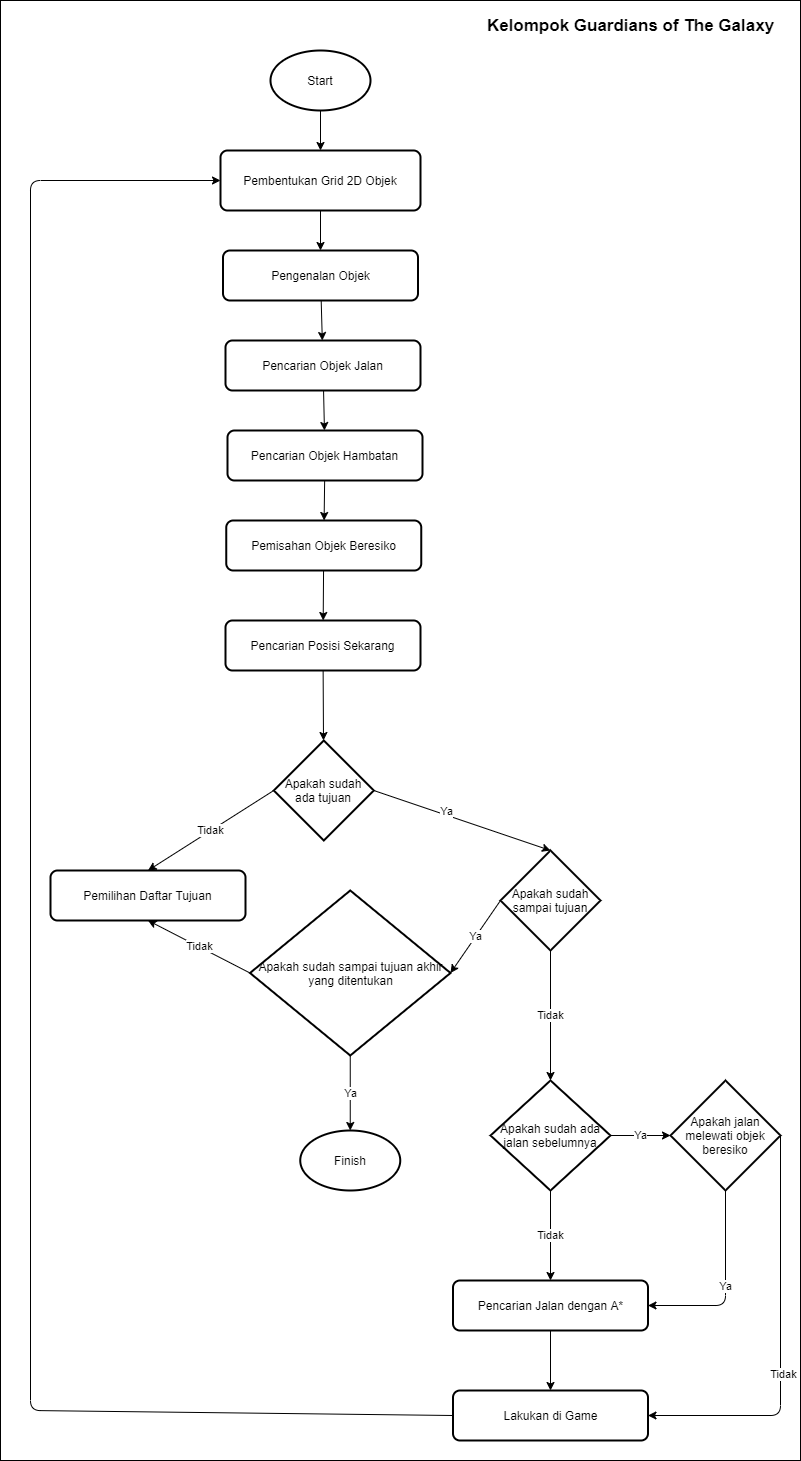
albertusangkuw/Cross-Road-Agent keeps this draw.io diagram as doc/AI.png. Above is the earlier version. Source tidied: cells renumbered, new cells last; positions are measured from the earlier drawing's top-left corner, leaving out a move shared by most shapes.
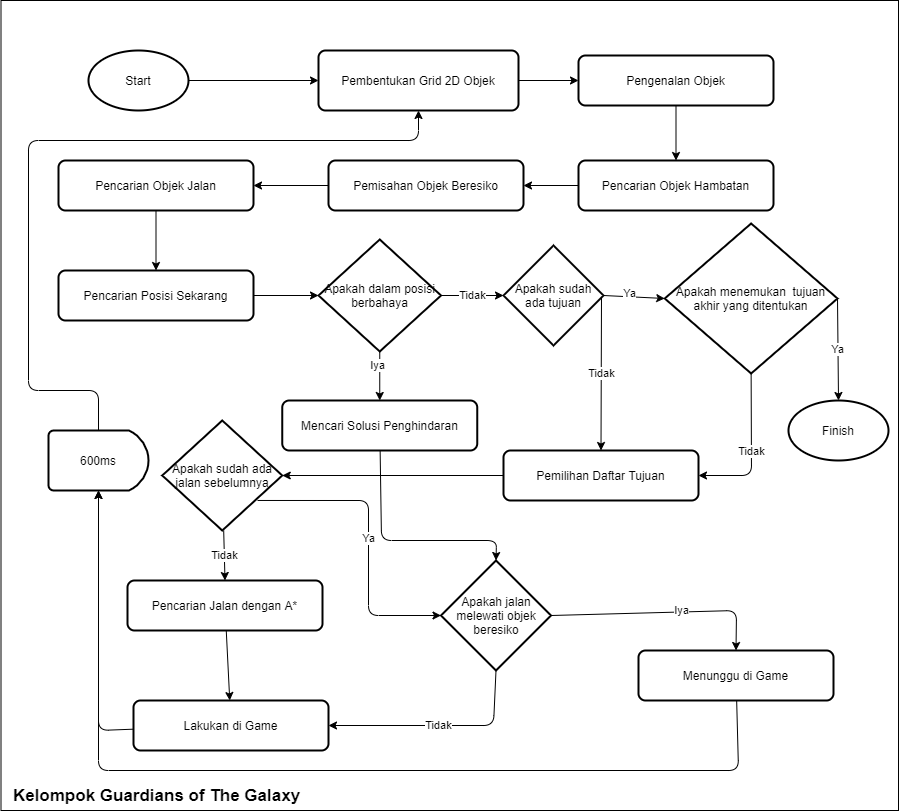
The same diagram one commit later.

The edit, as a diff of the source:
```diff
@@ -3,134 +3,185 @@
     <mxCell id="0" />
     <mxCell id="1" parent="0" />
     <mxCell id="2" style="rounded=0;whiteSpace=wrap;html=1;" parent="1" vertex="1">
-      <mxGeometry width="800" height="1460" as="geometry" />
+      <mxGeometry x="-887.5" y="-20" width="897.5" height="810" as="geometry" />
     </mxCell>
     <mxCell id="3" style="edgeStyle=none;html=1;" parent="1" edge="1" source="4" target="8">
       <mxGeometry relative="1" as="geometry" />
     </mxCell>
     <mxCell id="4" value="Start" style="strokeWidth=2;html=1;shape=mxgraph.flowchart.start_1;whiteSpace=wrap;" parent="1" vertex="1">
-      <mxGeometry x="270" y="50" width="100" height="60" as="geometry" />
+      <mxGeometry x="-800" y="30" width="100" height="60" as="geometry" />
     </mxCell>
-    <mxCell id="5" style="edgeStyle=none;html=1;" parent="1" edge="1" source="6" target="26">
-      <mxGeometry relative="1" as="geometry" />
-    </mxCell>
+    <mxCell id="41" style="edgeStyle=none;html=1;entryX=0.5;entryY=0;entryDx=0;entryDy=0;" parent="1" edge="1" source="6" target="20">
+      <mxGeometry relative="1" as="geometry" />
+    </mxCell>
     <mxCell id="6" value="Pengenalan Objek" style="rounded=1;whiteSpace=wrap;html=1;absoluteArcSize=1;arcSize=14;strokeWidth=2;" parent="1" vertex="1">
-      <mxGeometry x="222.5" y="250" width="195" height="50" as="geometry" />
+      <mxGeometry x="-310" y="35" width="195" height="50" as="geometry" />
     </mxCell>
     <mxCell id="7" style="edgeStyle=none;html=1;" parent="1" edge="1" source="8" target="6">
       <mxGeometry relative="1" as="geometry" />
     </mxCell>
     <mxCell id="8" value="Pembentukan Grid 2D Objek" style="rounded=1;whiteSpace=wrap;html=1;absoluteArcSize=1;arcSize=14;strokeWidth=2;" parent="1" vertex="1">
-      <mxGeometry x="220" y="150" width="200" height="60" as="geometry" />
+      <mxGeometry x="-570" y="30" width="200" height="60" as="geometry" />
     </mxCell>
+    <mxCell id="42" style="edgeStyle=none;html=1;exitX=0;exitY=0.5;exitDx=0;exitDy=0;entryX=1;entryY=0.5;entryDx=0;entryDy=0;entryPerimeter=0;" parent="1" edge="1" source="9" target="31">
+      <mxGeometry relative="1" as="geometry" />
+    </mxCell>
     <mxCell id="9" value="Pemilihan Daftar Tujuan" style="rounded=1;whiteSpace=wrap;html=1;absoluteArcSize=1;arcSize=14;strokeWidth=2;" parent="1" vertex="1">
-      <mxGeometry x="50" y="870" width="195" height="50" as="geometry" />
+      <mxGeometry x="-385" y="430" width="195" height="50" as="geometry" />
     </mxCell>
-    <mxCell id="10" style="edgeStyle=none;html=1;" parent="1" edge="1" source="11" target="15">
+    <mxCell id="10" style="edgeStyle=none;html=1;entryX=0;entryY=0.5;entryDx=0;entryDy=0;entryPerimeter=0;" parent="1" edge="1" source="11" target="53">
       <mxGeometry relative="1" as="geometry" />
     </mxCell>
     <mxCell id="11" value="Pencarian Posisi Sekarang" style="rounded=1;whiteSpace=wrap;html=1;absoluteArcSize=1;arcSize=14;strokeWidth=2;" parent="1" vertex="1">
-      <mxGeometry x="225" y="620" width="195" height="50" as="geometry" />
+      <mxGeometry x="-830" y="250" width="195" height="50" as="geometry" />
     </mxCell>
-    <mxCell id="12" value="Tidak" style="edgeStyle=none;html=1;exitX=0;exitY=0.5;exitDx=0;exitDy=0;exitPerimeter=0;entryX=0.5;entryY=0;entryDx=0;entryDy=0;" parent="1" edge="1" source="15" target="9">
-      <mxGeometry relative="1" as="geometry" />
+    <mxCell id="12" value="Tidak" style="edgeStyle=none;html=1;entryX=0.5;entryY=0;entryDx=0;entryDy=0;" parent="1" edge="1" target="9">
+      <mxGeometry relative="1" as="geometry">
+        <mxPoint x="-287" y="275" as="sourcePoint" />
+      </mxGeometry>
     </mxCell>
-    <mxCell id="13" style="edgeStyle=none;html=1;exitX=1;exitY=0.5;exitDx=0;exitDy=0;exitPerimeter=0;entryX=0.5;entryY=0;entryDx=0;entryDy=0;entryPerimeter=0;" parent="1" edge="1" source="15" target="18">
+    <mxCell id="13" style="edgeStyle=none;html=1;exitX=1;exitY=0.5;exitDx=0;exitDy=0;exitPerimeter=0;entryX=0;entryY=0.5;entryDx=0;entryDy=0;entryPerimeter=0;" parent="1" edge="1" source="15" target="39">
       <mxGeometry relative="1" as="geometry" />
     </mxCell>
     <mxCell id="14" value="Ya" style="edgeLabel;html=1;align=center;verticalAlign=middle;" parent="13" vertex="1">
       <mxGeometry x="-0.2" y="4" relative="1" as="geometry" />
     </mxCell>
     <mxCell id="15" value="Apakah sudah ada tujuan" style="strokeWidth=2;html=1;shape=mxgraph.flowchart.decision;whiteSpace=wrap;" parent="1" vertex="1">
-      <mxGeometry x="273.2" y="740" width="100" height="100" as="geometry" />
+      <mxGeometry x="-385" y="225" width="100" height="100" as="geometry" />
     </mxCell>
-    <mxCell id="16" value="Tidak" style="edgeStyle=none;html=1;" parent="1" edge="1" source="18" target="31">
-      <mxGeometry relative="1" as="geometry" />
-    </mxCell>
-    <mxCell id="17" value="Ya" style="edgeStyle=none;html=1;exitX=0;exitY=0.5;exitDx=0;exitDy=0;exitPerimeter=0;entryX=1;entryY=0.5;entryDx=0;entryDy=0;entryPerimeter=0;" parent="1" edge="1" source="18" target="39">
-      <mxGeometry relative="1" as="geometry" />
-    </mxCell>
-    <mxCell id="18" value="Apakah sudah sampai tujuan" style="strokeWidth=2;html=1;shape=mxgraph.flowchart.decision;whiteSpace=wrap;" parent="1" vertex="1">
-      <mxGeometry x="500" y="850" width="100" height="100" as="geometry" />
-    </mxCell>
-    <mxCell id="19" style="edgeStyle=none;html=1;" parent="1" edge="1" source="20" target="24">
+    <mxCell id="19" style="edgeStyle=none;html=1;entryX=1;entryY=0.5;entryDx=0;entryDy=0;" parent="1" edge="1" source="20" target="24">
       <mxGeometry relative="1" as="geometry" />
     </mxCell>
     <mxCell id="20" value="&lt;span&gt;Pencarian Objek Hambatan&lt;/span&gt;" style="rounded=1;whiteSpace=wrap;html=1;absoluteArcSize=1;arcSize=14;strokeWidth=2;" parent="1" vertex="1">
-      <mxGeometry x="227" y="430" width="195" height="50" as="geometry" />
+      <mxGeometry x="-310" y="140" width="195" height="50" as="geometry" />
     </mxCell>
     <mxCell id="21" style="edgeStyle=none;html=1;" parent="1" edge="1" source="22" target="28">
       <mxGeometry relative="1" as="geometry" />
     </mxCell>
     <mxCell id="22" value="Pencarian Jalan dengan A*" style="rounded=1;whiteSpace=wrap;html=1;absoluteArcSize=1;arcSize=14;strokeWidth=2;" parent="1" vertex="1">
-      <mxGeometry x="452.5" y="1280" width="195" height="50" as="geometry" />
+      <mxGeometry x="-761" y="560" width="195" height="50" as="geometry" />
     </mxCell>
-    <mxCell id="23" style="edgeStyle=none;html=1;" parent="1" edge="1" source="24" target="11">
-      <mxGeometry relative="1" as="geometry" />
-    </mxCell>
+    <mxCell id="43" style="edgeStyle=none;html=1;entryX=1;entryY=0.5;entryDx=0;entryDy=0;" parent="1" edge="1" source="24" target="26">
+      <mxGeometry relative="1" as="geometry" />
+    </mxCell>
     <mxCell id="24" value="Pemisahan Objek Beresiko" style="rounded=1;whiteSpace=wrap;html=1;absoluteArcSize=1;arcSize=14;strokeWidth=2;" parent="1" vertex="1">
-      <mxGeometry x="225.8" y="520" width="195" height="50" as="geometry" />
+      <mxGeometry x="-560" y="140" width="195" height="50" as="geometry" />
     </mxCell>
-    <mxCell id="25" style="edgeStyle=none;html=1;" parent="1" edge="1" source="26" target="20">
-      <mxGeometry relative="1" as="geometry" />
-    </mxCell>
+    <mxCell id="44" style="edgeStyle=none;html=1;" parent="1" edge="1" source="26" target="11">
+      <mxGeometry relative="1" as="geometry" />
+    </mxCell>
     <mxCell id="26" value="&lt;span&gt;Pencarian Objek Jalan&lt;/span&gt;" style="rounded=1;whiteSpace=wrap;html=1;absoluteArcSize=1;arcSize=14;strokeWidth=2;" parent="1" vertex="1">
-      <mxGeometry x="225" y="340" width="195" height="50" as="geometry" />
+      <mxGeometry x="-830" y="140" width="195" height="50" as="geometry" />
     </mxCell>
-    <mxCell id="27" style="edgeStyle=none;html=1;exitX=0;exitY=0.5;exitDx=0;exitDy=0;entryX=0;entryY=0.5;entryDx=0;entryDy=0;" parent="1" edge="1" source="28" target="8">
-      <mxGeometry relative="1" as="geometry">
-        <Array as="points">
-          <mxPoint x="30" y="1410" />
-          <mxPoint x="30" y="180" />
-        </Array>
-      </mxGeometry>
-    </mxCell>
+    <mxCell id="45" style="edgeStyle=none;html=1;entryX=0.5;entryY=1;entryDx=0;entryDy=0;entryPerimeter=0;" parent="1" edge="1" source="28" target="49">
+      <mxGeometry relative="1" as="geometry">
+        <Array as="points">
+          <mxPoint x="-790" y="710" />
+        </Array>
+      </mxGeometry>
+    </mxCell>
     <mxCell id="28" value="Lakukan di Game" style="rounded=1;whiteSpace=wrap;html=1;absoluteArcSize=1;arcSize=14;strokeWidth=2;" parent="1" vertex="1">
-      <mxGeometry x="452.5" y="1390" width="195" height="50" as="geometry" />
+      <mxGeometry x="-755" y="680" width="195" height="50" as="geometry" />
     </mxCell>
-    <mxCell id="29" value="Tidak" style="edgeStyle=none;html=1;" parent="1" edge="1" source="31" target="22">
+    <mxCell id="29" value="Tidak" style="edgeStyle=none;html=1;entryX=0.5;entryY=0;entryDx=0;entryDy=0;" parent="1" edge="1" source="31" target="22">
       <mxGeometry relative="1" as="geometry" />
     </mxCell>
-    <mxCell id="30" value="Ya" style="edgeStyle=none;html=1;exitX=1;exitY=0.5;exitDx=0;exitDy=0;exitPerimeter=0;" parent="1" edge="1" source="31" target="35">
-      <mxGeometry relative="1" as="geometry" />
+    <mxCell id="30" value="Ya" style="edgeStyle=none;html=1;exitX=0.794;exitY=0.727;exitDx=0;exitDy=0;exitPerimeter=0;entryX=0;entryY=0.5;entryDx=0;entryDy=0;entryPerimeter=0;" parent="1" edge="1" source="31" target="35">
+      <mxGeometry relative="1" as="geometry">
+        <Array as="points">
+          <mxPoint x="-520" y="480" />
+          <mxPoint x="-520" y="595" />
+        </Array>
+      </mxGeometry>
     </mxCell>
     <mxCell id="31" value="Apakah sudah ada jalan sebelumnya" style="strokeWidth=2;html=1;shape=mxgraph.flowchart.decision;whiteSpace=wrap;" parent="1" vertex="1">
-      <mxGeometry x="490" y="1080" width="120" height="110" as="geometry" />
+      <mxGeometry x="-726.2" y="400" width="120" height="110" as="geometry" />
     </mxCell>
-    <mxCell id="32" value="Ya" style="edgeStyle=none;html=1;exitX=0.5;exitY=1;exitDx=0;exitDy=0;exitPerimeter=0;entryX=1;entryY=0.5;entryDx=0;entryDy=0;" parent="1" edge="1" source="35" target="22">
+    <mxCell id="32" value="Tidak" style="edgeStyle=none;html=1;exitX=0.5;exitY=1;exitDx=0;exitDy=0;exitPerimeter=0;entryX=1;entryY=0.5;entryDx=0;entryDy=0;" parent="1" edge="1" source="35" target="28">
       <mxGeometry relative="1" as="geometry">
         <Array as="points">
-          <mxPoint x="725" y="1305" />
+          <mxPoint x="-395" y="705" />
         </Array>
       </mxGeometry>
     </mxCell>
-    <mxCell id="33" style="edgeStyle=none;html=1;exitX=1;exitY=0.5;exitDx=0;exitDy=0;exitPerimeter=0;entryX=1;entryY=0.5;entryDx=0;entryDy=0;" parent="1" edge="1" source="35" target="28">
+    <mxCell id="33" style="edgeStyle=none;html=1;exitX=1;exitY=0.5;exitDx=0;exitDy=0;exitPerimeter=0;entryX=0.5;entryY=0;entryDx=0;entryDy=0;" parent="1" edge="1" source="35" target="47">
       <mxGeometry relative="1" as="geometry">
         <Array as="points">
-          <mxPoint x="780" y="1415" />
+          <mxPoint x="-152" y="590" />
         </Array>
       </mxGeometry>
     </mxCell>
-    <mxCell id="34" value="Tidak" style="edgeLabel;html=1;align=center;verticalAlign=middle;" parent="33" vertex="1">
+    <mxCell id="34" value="Iya" style="edgeLabel;html=1;align=center;verticalAlign=middle;" parent="33" vertex="1">
       <mxGeometry x="0.15" y="2" relative="1" as="geometry" />
     </mxCell>
     <mxCell id="35" value="Apakah jalan melewati objek beresiko" style="strokeWidth=2;html=1;shape=mxgraph.flowchart.decision;whiteSpace=wrap;" parent="1" vertex="1">
-      <mxGeometry x="670" y="1080" width="110" height="110" as="geometry" />
+      <mxGeometry x="-447.5" y="540" width="110" height="110" as="geometry" />
     </mxCell>
     <mxCell id="36" value="Finish" style="strokeWidth=2;html=1;shape=mxgraph.flowchart.start_1;whiteSpace=wrap;" parent="1" vertex="1">
-      <mxGeometry x="299.8" y="1130" width="100" height="60" as="geometry" />
+      <mxGeometry x="-100" y="380" width="100" height="60" as="geometry" />
     </mxCell>
+    <mxCell id="38" value="Ya" style="edgeStyle=none;html=1;exitX=1;exitY=0.5;exitDx=0;exitDy=0;exitPerimeter=0;entryX=0.5;entryY=0;entryDx=0;entryDy=0;entryPerimeter=0;" parent="1" edge="1" source="39" target="36">
+      <mxGeometry relative="1" as="geometry" />
+    </mxCell>
-    <mxCell id="37" value="Tidak" style="edgeStyle=none;html=1;entryX=0.5;entryY=1;entryDx=0;entryDy=0;exitX=0;exitY=0.5;exitDx=0;exitDy=0;exitPerimeter=0;" parent="1" edge="1" source="39" target="9">
-      <mxGeometry relative="1" as="geometry" />
+    <mxCell id="37" value="Tidak" style="edgeStyle=none;html=1;entryX=1;entryY=0.5;entryDx=0;entryDy=0;exitX=0.5;exitY=1;exitDx=0;exitDy=0;exitPerimeter=0;" parent="1" edge="1" source="39" target="9">
+      <mxGeometry relative="1" as="geometry">
+        <Array as="points">
+          <mxPoint x="-137" y="455" />
+        </Array>
+      </mxGeometry>
     </mxCell>
-    <mxCell id="38" value="Ya" style="edgeStyle=none;html=1;exitX=0.5;exitY=1;exitDx=0;exitDy=0;exitPerimeter=0;entryX=0.5;entryY=0;entryDx=0;entryDy=0;entryPerimeter=0;" parent="1" edge="1" source="39" target="36">
-      <mxGeometry relative="1" as="geometry" />
-    </mxCell>
-    <mxCell id="39" value="Apakah sudah sampai tujuan akhir yang ditentukan" style="strokeWidth=2;html=1;shape=mxgraph.flowchart.decision;whiteSpace=wrap;" parent="1" vertex="1">
-      <mxGeometry x="249.5" y="890" width="200.5" height="165" as="geometry" />
+    <mxCell id="39" value="Apakah menemukan&amp;nbsp; tujuan akhir yang ditentukan" style="strokeWidth=2;html=1;shape=mxgraph.flowchart.decision;whiteSpace=wrap;" parent="1" vertex="1">
+      <mxGeometry x="-223.8" y="203" width="172.8" height="150" as="geometry" />
     </mxCell>
     <mxCell id="40" value="Kelompok Guardians of The Galaxy" style="text;html=1;align=center;verticalAlign=middle;strokeColor=none;fontSize=17;fontStyle=1;" parent="1" vertex="1">
-      <mxGeometry x="480" y="10" width="300" height="30" as="geometry" />
+      <mxGeometry x="-882.5" y="760" width="300" height="30" as="geometry" />
     </mxCell>
+    <mxCell id="46" style="edgeStyle=none;html=1;entryX=0.5;entryY=1;entryDx=0;entryDy=0;entryPerimeter=0;" parent="1" edge="1" source="47" target="49">
+      <mxGeometry relative="1" as="geometry">
+        <Array as="points">
+          <mxPoint x="-150" y="750" />
+          <mxPoint x="-790" y="750" />
+        </Array>
+      </mxGeometry>
+    </mxCell>
+    <mxCell id="47" value="Menunggu di Game" style="rounded=1;whiteSpace=wrap;html=1;absoluteArcSize=1;arcSize=14;strokeWidth=2;" parent="1" vertex="1">
+      <mxGeometry x="-250" y="630" width="195" height="50" as="geometry" />
+    </mxCell>
+    <mxCell id="48" style="edgeStyle=none;html=1;entryX=0.5;entryY=1;entryDx=0;entryDy=0;" parent="1" edge="1" source="49" target="8">
+      <mxGeometry relative="1" as="geometry">
+        <Array as="points">
+          <mxPoint x="-790" y="370" />
+          <mxPoint x="-860" y="370" />
+          <mxPoint x="-860" y="120" />
+          <mxPoint x="-470" y="120" />
+        </Array>
+      </mxGeometry>
+    </mxCell>
+    <mxCell id="49" value="600ms" style="strokeWidth=2;html=1;shape=mxgraph.flowchart.delay;whiteSpace=wrap;" parent="1" vertex="1">
+      <mxGeometry x="-840" y="410" width="100" height="60" as="geometry" />
+    </mxCell>
+    <mxCell id="50" value="Tidak" style="edgeStyle=none;html=1;entryX=0;entryY=0.5;entryDx=0;entryDy=0;entryPerimeter=0;" parent="1" edge="1" source="53" target="15">
+      <mxGeometry relative="1" as="geometry" />
+    </mxCell>
+    <mxCell id="51" style="edgeStyle=none;html=1;" parent="1" edge="1" source="53" target="55">
+      <mxGeometry relative="1" as="geometry" />
+    </mxCell>
+    <mxCell id="52" value="Iya" style="edgeLabel;html=1;align=center;verticalAlign=middle;" parent="51" vertex="1">
+      <mxGeometry x="-0.45" y="-3" relative="1" as="geometry" />
+    </mxCell>
+    <mxCell id="53" value="Apakah dalam posisi berbahaya" style="strokeWidth=2;html=1;shape=mxgraph.flowchart.decision;whiteSpace=wrap;" parent="1" vertex="1">
+      <mxGeometry x="-570" y="219" width="122.5" height="112" as="geometry" />
+    </mxCell>
+    <mxCell id="54" style="edgeStyle=none;html=1;entryX=0.5;entryY=0;entryDx=0;entryDy=0;entryPerimeter=0;" parent="1" edge="1" source="55" target="35">
+      <mxGeometry relative="1" as="geometry">
+        <Array as="points">
+          <mxPoint x="-507" y="520" />
+          <mxPoint x="-392" y="520" />
+        </Array>
+      </mxGeometry>
+    </mxCell>
+    <mxCell id="55" value="Mencari Solusi Penghindaran" style="rounded=1;whiteSpace=wrap;html=1;absoluteArcSize=1;arcSize=14;strokeWidth=2;" parent="1" vertex="1">
+      <mxGeometry x="-606.2" y="380" width="195" height="50" as="geometry" />
+    </mxCell>
   </root>
 </mxGraphModel>
```
